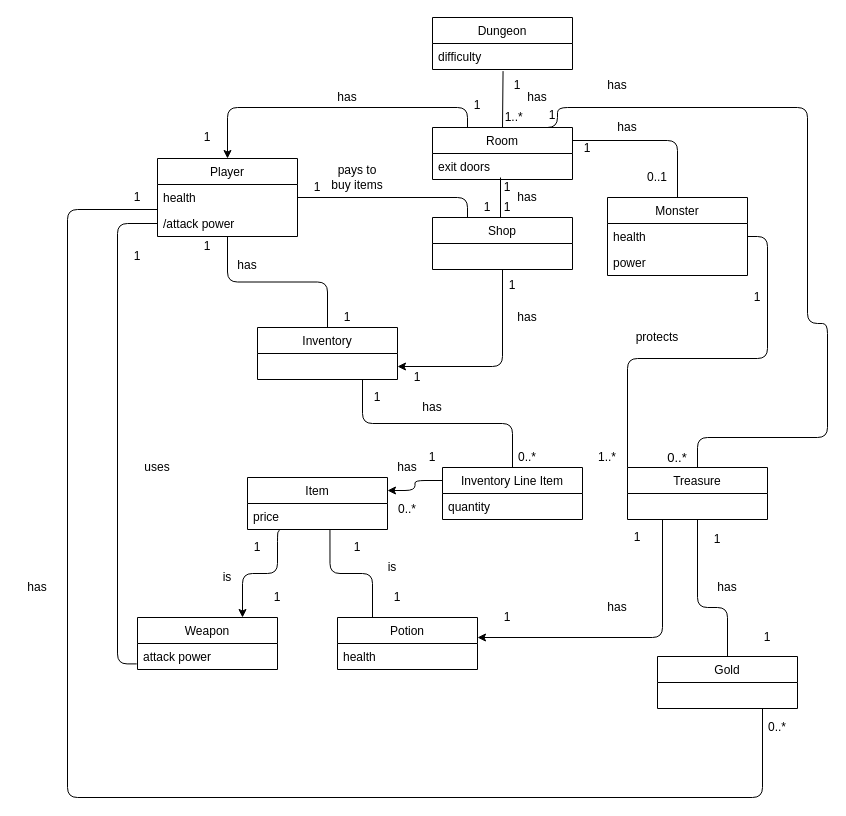
jelkewcharoen/DungeonCrawlerGame keeps this draw.io diagram as DomainModelDungeon.drawio. Above is the earlier version. Source tidied: cells renumbered, new cells numbered last; positions are measured from the earlier drawing's top-left corner, leaving out a move shared by most shapes. Both pictures are drawn from the tidied source at 100%, with x=0, y=0 at pixel (17, 17).
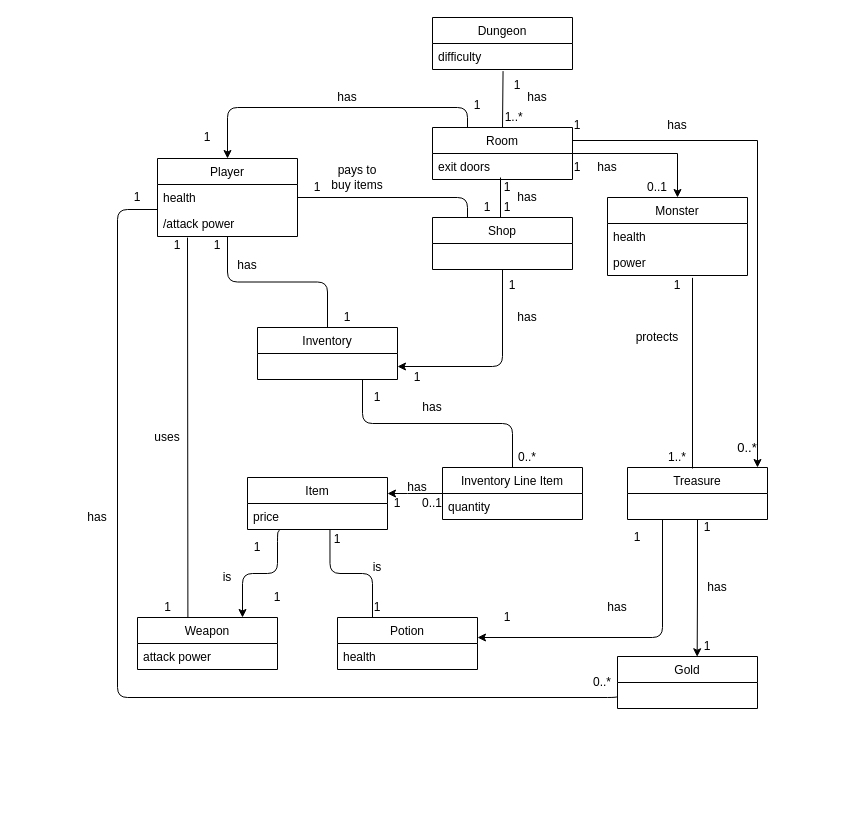
After the change.

Unchanged cells that the change refers to:
```xml
<mxCell id="5" value="/attack power" style="text;strokeColor=none;fillColor=none;align=left;verticalAlign=top;spacingLeft=4;spacingRight=4;overflow=hidden;points=[[0,0.5],[1,0.5]];portConstraint=eastwest;" parent="3" vertex="1">
  <mxGeometry y="52" width="140" height="26" as="geometry" />
</mxCell>
<mxCell id="10" value="Weapon" style="swimlane;fontStyle=0;horizontal=1;startSize=26;fillColor=none;" parent="1" vertex="1">
  <mxGeometry x="120" y="600" width="140" height="52" as="geometry" />
</mxCell>
<mxCell id="14" value="Room" style="swimlane;fontStyle=0;horizontal=1;startSize=26;fillColor=none;" parent="1" vertex="1">
  <mxGeometry x="415" y="110" width="140" height="52" as="geometry" />
</mxCell>
<mxCell id="19" value="Item" style="swimlane;fontStyle=0;horizontal=1;startSize=26;fillColor=none;" parent="1" vertex="1">
  <mxGeometry x="230" y="460" width="140" height="52" as="geometry" />
</mxCell>
<mxCell id="21" value="Monster" style="swimlane;fontStyle=0;horizontal=1;startSize=26;fillColor=none;" parent="1" vertex="1">
  <mxGeometry x="590" y="180" width="140" height="78" as="geometry" />
</mxCell>
<mxCell id="22" value="health" style="text;strokeColor=none;fillColor=none;align=left;verticalAlign=top;spacingLeft=4;spacingRight=4;overflow=hidden;points=[[0,0.5],[1,0.5]];portConstraint=eastwest;" parent="21" vertex="1">
  <mxGeometry y="26" width="140" height="26" as="geometry" />
</mxCell>
<mxCell id="23" value="power" style="text;strokeColor=none;fillColor=none;align=left;verticalAlign=top;spacingLeft=4;spacingRight=4;overflow=hidden;points=[[0,0.5],[1,0.5]];portConstraint=eastwest;" parent="21" vertex="1">
  <mxGeometry y="52" width="140" height="26" as="geometry" />
</mxCell>
<mxCell id="36" value="Treasure" style="swimlane;fontStyle=0;horizontal=1;startSize=26;fillColor=none;" parent="1" vertex="1">
  <mxGeometry x="610" y="450" width="140" height="52" as="geometry" />
</mxCell>
<mxCell id="82" value="Inventory Line Item" style="swimlane;fontStyle=0;horizontal=1;startSize=26;fillColor=none;" parent="1" vertex="1">
  <mxGeometry x="425" y="450" width="140" height="52" as="geometry" />
</mxCell>
```

Diff of the diagram source:
```diff
@@
-    <mxCell id="12" style="edgeStyle=orthogonalEdgeStyle;rounded=1;jettySize=auto;html=1;exitX=0.75;exitY=0;exitDx=0;exitDy=0;entryX=0.5;entryY=0;entryDx=0;entryDy=0;endArrow=none;endFill=0;" parent="1" edge="1" source="14" target="36">
-      <mxGeometry relative="1" as="geometry">
-        <Array as="points">
-          <mxPoint x="540" y="110" />
-          <mxPoint x="540" y="90" />
-          <mxPoint x="790" y="90" />
-          <mxPoint x="790" y="306" />
-          <mxPoint x="810" y="306" />
-          <mxPoint x="810" y="420" />
-          <mxPoint x="680" y="420" />
-        </Array>
-      </mxGeometry>
-    </mxCell>
@@
+    <mxCell id="91" style="edgeStyle=orthogonalEdgeStyle;rounded=0;jettySize=auto;html=1;entryX=1;entryY=1;entryDx=0;entryDy=0;startArrow=none;startFill=0;endArrow=classic;endFill=1;" parent="1" edge="1" source="14" target="59">
+      <mxGeometry relative="1" as="geometry">
+        <Array as="points">
+          <mxPoint x="660" y="136" />
+        </Array>
+      </mxGeometry>
+    </mxCell>
@@
-    <mxCell id="18" style="edgeStyle=orthogonalEdgeStyle;rounded=1;jettySize=auto;html=1;exitX=1;exitY=0.25;exitDx=0;exitDy=0;entryX=0;entryY=0.25;entryDx=0;entryDy=0;startArrow=classic;startFill=1;endArrow=none;endFill=0;" parent="1" edge="1" source="19" target="82">
-      <mxGeometry relative="1" as="geometry" />
-    </mxCell>
@@
-    <mxCell id="26" style="endArrow=none;html=1;entryX=1;entryY=0.25;entryDx=0;entryDy=0;exitX=0.5;exitY=0;exitDx=0;exitDy=0;" parent="1" edge="1" source="21" target="14">
-      <mxGeometry relative="1" as="geometry">
-        <Array as="points">
-          <mxPoint x="660" y="123" />
-        </Array>
-      </mxGeometry>
-    </mxCell>
@@
     <mxCell id="33" value="has" style="text;html=1;strokeColor=none;fillColor=none;align=center;verticalAlign=middle;whiteSpace=wrap;rounded=0;" parent="1" vertex="1">
-      <mxGeometry x="590" y="100" width="40" height="20" as="geometry" />
+      <mxGeometry x="570" y="140" width="40" height="20" as="geometry" />
     </mxCell>
+    <mxCell id="35" style="edgeStyle=orthogonalEdgeStyle;rounded=1;jettySize=auto;html=1;exitX=0.25;exitY=1;exitDx=0;exitDy=0;endArrow=classic;endFill=1;" parent="1" edge="1" source="36">
+      <mxGeometry relative="1" as="geometry">
+        <mxPoint x="460" y="620" as="targetPoint" />
+        <Array as="points">
+          <mxPoint x="645" y="620" />
+          <mxPoint x="460" y="620" />
+        </Array>
+      </mxGeometry>
+    </mxCell>
-    <mxCell id="34" style="edgeStyle=orthogonalEdgeStyle;rounded=1;jettySize=auto;html=1;exitX=0.5;exitY=1;exitDx=0;exitDy=0;entryX=0.5;entryY=0;entryDx=0;entryDy=0;endArrow=none;endFill=0;" parent="1" edge="1" source="36" target="38">
-      <mxGeometry relative="1" as="geometry">
-        <Array as="points">
-          <mxPoint x="680" y="590" />
-          <mxPoint x="710" y="590" />
-        </Array>
-      </mxGeometry>
+    <mxCell id="34" style="edgeStyle=orthogonalEdgeStyle;rounded=0;jettySize=auto;html=1;entryX=0.569;entryY=0.005;entryDx=0;entryDy=0;entryPerimeter=0;startArrow=none;startFill=0;endArrow=classic;endFill=1;" parent="1" edge="1" source="36" target="38">
+      <mxGeometry relative="1" as="geometry" />
     </mxCell>
-    <mxCell id="35" style="edgeStyle=orthogonalEdgeStyle;rounded=1;jettySize=auto;html=1;exitX=0.25;exitY=1;exitDx=0;exitDy=0;endArrow=classic;endFill=1;" parent="1" edge="1" source="36">
-      <mxGeometry relative="1" as="geometry">
-        <mxPoint x="460" y="620" as="targetPoint" />
-        <Array as="points">
-          <mxPoint x="645" y="620" />
-          <mxPoint x="460" y="620" />
-        </Array>
-      </mxGeometry>
-    </mxCell>
@@
-    <mxCell id="37" style="edgeStyle=orthogonalEdgeStyle;rounded=1;jettySize=auto;html=1;exitX=0.75;exitY=1;exitDx=0;exitDy=0;endArrow=none;endFill=0;startArrow=none;startFill=0;" parent="1" edge="1" source="38">
+    <mxCell id="37" style="edgeStyle=orthogonalEdgeStyle;rounded=1;jettySize=auto;html=1;exitX=0;exitY=0.75;exitDx=0;exitDy=0;endArrow=none;endFill=0;startArrow=none;startFill=0;" parent="1" edge="1" source="38">
       <mxGeometry relative="1" as="geometry">
         <mxPoint x="140" y="192" as="targetPoint" />
         <Array as="points">
-          <mxPoint x="745" y="780" />
-          <mxPoint x="50" y="780" />
-          <mxPoint x="50" y="192" />
+          <mxPoint x="600" y="680" />
+          <mxPoint x="100" y="680" />
+          <mxPoint x="100" y="192" />
         </Array>
       </mxGeometry>
     </mxCell>
     <mxCell id="38" value="Gold" style="swimlane;fontStyle=0;horizontal=1;startSize=26;fillColor=none;" parent="1" vertex="1">
-      <mxGeometry x="640" y="639" width="140" height="52" as="geometry" />
+      <mxGeometry x="600" y="639" width="140" height="52" as="geometry" />
     </mxCell>
@@
     <mxCell id="40" value="has" style="text;html=1;strokeColor=none;fillColor=none;align=center;verticalAlign=middle;whiteSpace=wrap;rounded=0;" parent="1" vertex="1">
-      <mxGeometry x="580" y="58" width="40" height="20" as="geometry" />
+      <mxGeometry x="640" y="98" width="40" height="20" as="geometry" />
     </mxCell>
@@
     <mxCell id="46" value="has" style="text;html=1;strokeColor=none;fillColor=none;align=center;verticalAlign=middle;whiteSpace=wrap;rounded=0;" parent="1" vertex="1">
-      <mxGeometry y="560" width="40" height="20" as="geometry" />
+      <mxGeometry x="60" y="490" width="40" height="20" as="geometry" />
     </mxCell>
     <mxCell id="47" value="&lt;font style=&quot;font-size: 12px&quot;&gt;0..*&lt;/font&gt;" style="text;html=1;strokeColor=none;fillColor=none;align=center;verticalAlign=middle;whiteSpace=wrap;rounded=0;" parent="1" vertex="1">
-      <mxGeometry x="740" y="700" width="40" height="20" as="geometry" />
+      <mxGeometry x="565" y="655" width="40" height="20" as="geometry" />
     </mxCell>
@@
     <mxCell id="57" value="1" style="text;html=1;strokeColor=none;fillColor=none;align=center;verticalAlign=middle;whiteSpace=wrap;rounded=0;" parent="1" vertex="1">
-      <mxGeometry x="515" y="88" width="40" height="20" as="geometry" />
+      <mxGeometry x="540" y="98" width="40" height="20" as="geometry" />
     </mxCell>
     <mxCell id="58" value="1" style="text;html=1;strokeColor=none;fillColor=none;align=center;verticalAlign=middle;whiteSpace=wrap;rounded=0;" parent="1" vertex="1">
-      <mxGeometry x="550" y="121" width="40" height="20" as="geometry" />
+      <mxGeometry x="540" y="140" width="40" height="20" as="geometry" />
     </mxCell>
     <mxCell id="59" value="0..1" style="text;html=1;strokeColor=none;fillColor=none;align=center;verticalAlign=middle;whiteSpace=wrap;rounded=0;" parent="1" vertex="1">
-      <mxGeometry x="620" y="150" width="40" height="20" as="geometry" />
+      <mxGeometry x="620" y="160" width="40" height="20" as="geometry" />
     </mxCell>
     <mxCell id="60" value="1" style="text;html=1;strokeColor=none;fillColor=none;align=center;verticalAlign=middle;whiteSpace=wrap;rounded=0;" parent="1" vertex="1">
-      <mxGeometry x="360" y="570" width="40" height="20" as="geometry" />
+      <mxGeometry x="340" y="580" width="40" height="20" as="geometry" />
     </mxCell>
     <mxCell id="61" value="&lt;font style=&quot;font-size: 13px&quot;&gt;0..*&lt;/font&gt;" style="text;html=1;strokeColor=none;fillColor=none;align=center;verticalAlign=middle;whiteSpace=wrap;rounded=0;" parent="1" vertex="1">
-      <mxGeometry x="640" y="430" width="40" height="20" as="geometry" />
+      <mxGeometry x="710" y="420" width="40" height="20" as="geometry" />
     </mxCell>
     <mxCell id="62" value="1" style="text;html=1;strokeColor=none;fillColor=none;align=center;verticalAlign=middle;whiteSpace=wrap;rounded=0;" parent="1" vertex="1">
-      <mxGeometry x="730" y="610" width="40" height="20" as="geometry" />
+      <mxGeometry x="670" y="619" width="40" height="20" as="geometry" />
     </mxCell>
-    <mxCell id="63" style="edgeStyle=orthogonalEdgeStyle;rounded=1;jettySize=auto;html=1;exitX=1;exitY=0.5;exitDx=0;exitDy=0;entryX=0;entryY=0;entryDx=0;entryDy=0;startArrow=none;startFill=0;endArrow=none;endFill=0;" parent="1" edge="1" source="22" target="36">
-      <mxGeometry relative="1" as="geometry" />
+    <mxCell id="63" style="edgeStyle=orthogonalEdgeStyle;rounded=1;jettySize=auto;html=1;exitX=0.605;exitY=1.092;exitDx=0;exitDy=0;startArrow=none;startFill=0;endArrow=none;endFill=0;exitPerimeter=0;" parent="1" edge="1" source="23">
+      <mxGeometry relative="1" as="geometry">
+        <mxPoint x="675" y="451" as="targetPoint" />
+        <Array as="points">
+          <mxPoint x="675" y="451" />
+        </Array>
+      </mxGeometry>
     </mxCell>
     <mxCell id="64" value="1" style="text;html=1;strokeColor=none;fillColor=none;align=center;verticalAlign=middle;whiteSpace=wrap;rounded=0;" parent="1" vertex="1">
-      <mxGeometry x="720" y="270" width="40" height="20" as="geometry" />
+      <mxGeometry x="640" y="258" width="40" height="20" as="geometry" />
     </mxCell>
     <mxCell id="65" value="1..*" style="text;html=1;strokeColor=none;fillColor=none;align=center;verticalAlign=middle;whiteSpace=wrap;rounded=0;" parent="1" vertex="1">
-      <mxGeometry x="570" y="430" width="40" height="20" as="geometry" />
+      <mxGeometry x="640" y="430" width="40" height="20" as="geometry" />
     </mxCell>
@@
-    <mxCell id="69" value="1" style="text;html=1;strokeColor=none;fillColor=none;align=center;verticalAlign=middle;whiteSpace=wrap;rounded=0;" parent="1" vertex="1">
-      <mxGeometry x="395" y="430" width="40" height="20" as="geometry" />
+    <mxCell id="69" value="0..1" style="text;html=1;strokeColor=none;fillColor=none;align=center;verticalAlign=middle;whiteSpace=wrap;rounded=0;" parent="1" vertex="1">
+      <mxGeometry x="395" y="476" width="40" height="20" as="geometry" />
     </mxCell>
     <mxCell id="70" value="1" style="text;html=1;strokeColor=none;fillColor=none;align=center;verticalAlign=middle;whiteSpace=wrap;rounded=0;" parent="1" vertex="1">
-      <mxGeometry x="170" y="219" width="40" height="20" as="geometry" />
+      <mxGeometry x="180" y="218" width="40" height="20" as="geometry" />
     </mxCell>
@@
     <mxCell id="74" value="1" style="text;html=1;strokeColor=none;fillColor=none;align=center;verticalAlign=middle;whiteSpace=wrap;rounded=0;" parent="1" vertex="1">
-      <mxGeometry x="680" y="512" width="40" height="20" as="geometry" />
+      <mxGeometry x="670" y="500" width="40" height="20" as="geometry" />
     </mxCell>
@@
     <mxCell id="76" value="has" style="text;html=1;strokeColor=none;fillColor=none;align=center;verticalAlign=middle;whiteSpace=wrap;rounded=0;" parent="1" vertex="1">
-      <mxGeometry x="690" y="560" width="40" height="20" as="geometry" />
+      <mxGeometry x="680" y="560" width="40" height="20" as="geometry" />
     </mxCell>
-    <mxCell id="77" style="edgeStyle=orthogonalEdgeStyle;rounded=1;jettySize=auto;html=1;exitX=0;exitY=0.5;exitDx=0;exitDy=0;startArrow=none;startFill=0;endArrow=none;endFill=0;entryX=-0.006;entryY=-0.215;entryDx=0;entryDy=0;entryPerimeter=0;" parent="1" edge="1" source="5">
+    <mxCell id="77" style="edgeStyle=orthogonalEdgeStyle;rounded=1;jettySize=auto;html=1;startArrow=none;startFill=0;endArrow=none;endFill=0;entryX=0.36;entryY=0.009;entryDx=0;entryDy=0;entryPerimeter=0;" parent="1" edge="1" target="10">
       <mxGeometry relative="1" as="geometry">
-        <mxPoint x="119.2" y="646.4" as="targetPoint" />
+        <mxPoint x="170" y="230" as="sourcePoint" />
         <Array as="points">
-          <mxPoint x="100" y="206" />
-          <mxPoint x="100" y="646" />
+          <mxPoint x="170" y="216" />
         </Array>
       </mxGeometry>
     </mxCell>
     <mxCell id="78" value="1" style="text;html=1;strokeColor=none;fillColor=none;align=center;verticalAlign=middle;whiteSpace=wrap;rounded=0;" parent="1" vertex="1">
-      <mxGeometry x="100" y="229" width="40" height="20" as="geometry" />
+      <mxGeometry x="140" y="218" width="40" height="20" as="geometry" />
     </mxCell>
@@
+    <mxCell id="92" style="edgeStyle=orthogonalEdgeStyle;rounded=0;jettySize=auto;html=1;entryX=0.25;entryY=0;entryDx=0;entryDy=0;startArrow=none;startFill=0;endArrow=classic;endFill=1;" parent="1" edge="1" source="82" target="89">
+      <mxGeometry relative="1" as="geometry">
+        <Array as="points">
+          <mxPoint x="390" y="476" />
+          <mxPoint x="390" y="476" />
+        </Array>
+      </mxGeometry>
+    </mxCell>
@@
     <mxCell id="86" value="1" style="text;html=1;strokeColor=none;fillColor=none;align=center;verticalAlign=middle;whiteSpace=wrap;rounded=0;" parent="1" vertex="1">
-      <mxGeometry x="320" y="520" width="40" height="20" as="geometry" />
+      <mxGeometry x="300" y="512" width="40" height="20" as="geometry" />
     </mxCell>
     <mxCell id="87" value="uses" style="text;html=1;strokeColor=none;fillColor=none;align=center;verticalAlign=middle;whiteSpace=wrap;rounded=0;" parent="1" vertex="1">
-      <mxGeometry x="120" y="440" width="40" height="20" as="geometry" />
+      <mxGeometry x="130" y="410" width="40" height="20" as="geometry" />
     </mxCell>
     <mxCell id="88" value="is" style="text;html=1;strokeColor=none;fillColor=none;align=center;verticalAlign=middle;whiteSpace=wrap;rounded=0;" parent="1" vertex="1">
-      <mxGeometry x="355" y="540" width="40" height="20" as="geometry" />
+      <mxGeometry x="340" y="540" width="40" height="20" as="geometry" />
     </mxCell>
-    <mxCell id="89" value="0..*" style="text;html=1;strokeColor=none;fillColor=none;align=center;verticalAlign=middle;whiteSpace=wrap;rounded=0;" parent="1" vertex="1">
-      <mxGeometry x="370" y="482" width="40" height="20" as="geometry" />
+    <mxCell id="89" value="1" style="text;html=1;strokeColor=none;fillColor=none;align=center;verticalAlign=middle;whiteSpace=wrap;rounded=0;" parent="1" vertex="1">
+      <mxGeometry x="360" y="476" width="40" height="20" as="geometry" />
     </mxCell>
     <mxCell id="90" value="has" style="text;html=1;strokeColor=none;fillColor=none;align=center;verticalAlign=middle;whiteSpace=wrap;rounded=0;" parent="1" vertex="1">
-      <mxGeometry x="370" y="440" width="40" height="20" as="geometry" />
+      <mxGeometry x="380" y="460" width="40" height="20" as="geometry" />
     </mxCell>
+    <mxCell id="93" style="edgeStyle=orthogonalEdgeStyle;rounded=0;orthogonalLoop=1;jettySize=auto;html=1;exitX=0.5;exitY=1;exitDx=0;exitDy=0;dashed=1;startArrow=none;startFill=0;endArrow=classic;endFill=1;" parent="1" edge="1" source="89" target="89">
+      <mxGeometry relative="1" as="geometry" />
+    </mxCell>
+    <mxCell id="94" style="edgeStyle=orthogonalEdgeStyle;rounded=0;jettySize=auto;html=1;startArrow=none;startFill=0;endArrow=classic;endFill=1;exitX=1;exitY=0.25;exitDx=0;exitDy=0;" parent="1" edge="1" source="14">
+      <mxGeometry relative="1" as="geometry">
+        <mxPoint x="740" y="450" as="targetPoint" />
+        <Array as="points">
+          <mxPoint x="740" y="123" />
+          <mxPoint x="740" y="450" />
+        </Array>
+      </mxGeometry>
+    </mxCell>
+    <mxCell id="95" value="1" style="text;html=1;align=center;verticalAlign=middle;" parent="1" vertex="1">
+      <mxGeometry x="140" y="580" width="20" height="20" as="geometry" />
+    </mxCell>
```
